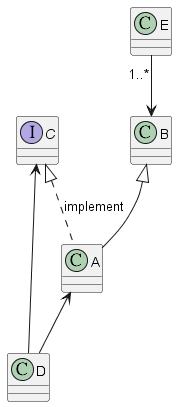
Above: hw2/1a.png in wannaflyhigh/Object-Oriented-Programming (PlantUML), before the change. Its diagram source:
```plantuml
@startuml 1a

class A
class B
interface C
class D
class E

B <|-- A
C <|.. A: "implement"
C <-- D
A <-- D
E "1..*" -->  B

@enduml
```
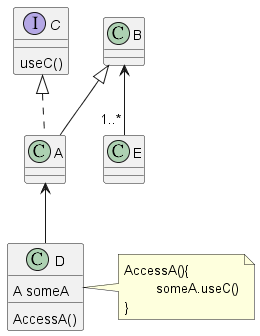
After the commit.

Change to the diagram source:
```diff
@@ -2,14 +2,19 @@
 
 class A
 class B
-interface C
-class D
+interface C{
+	useC()
+}
+class D{
+	A someA
+	AccessA()
+}
+note right of D :AccessA(){\n	someA.useC()\n}
 class E
 
 B <|-- A
-C <|.. A: "implement"
-C <-- D
+C <|.. A
 A <-- D
-E "1..*" -->  B
+B <-- "1..*" E
 
 @enduml
```
